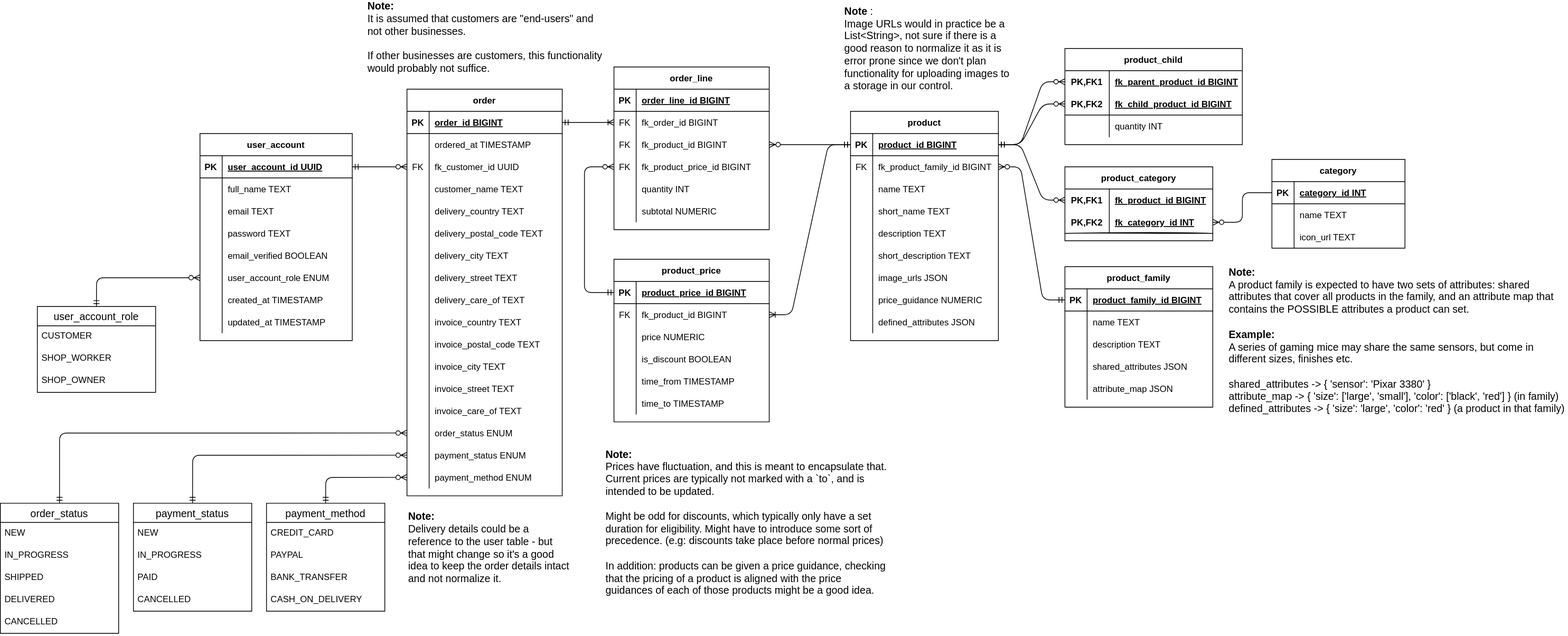
thedatasnok/webshop keeps this draw.io diagram as docs/diagrams/erdiagramv2.drawio.svg. Above is the earlier version. Source tidied: cells renumbered, new cells last; positions are measured from the earlier drawing's top-left corner, leaving out a move shared by most shapes.
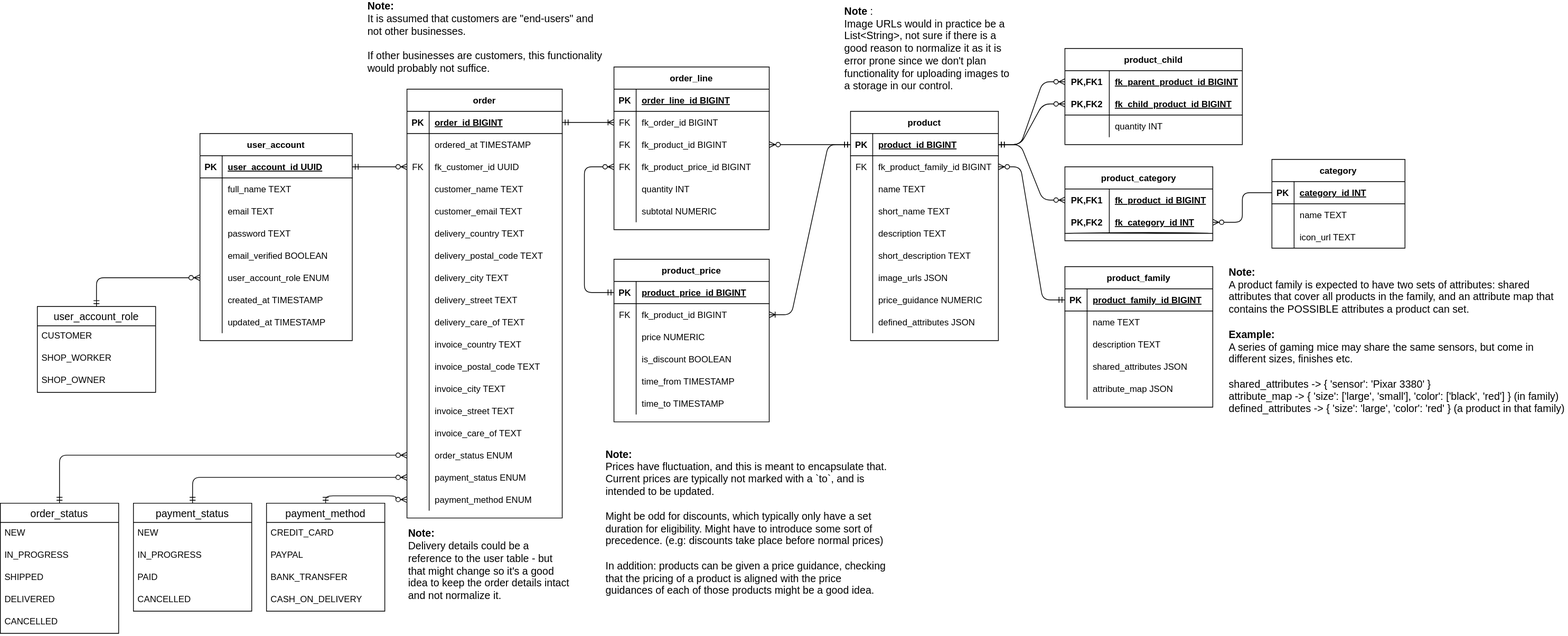
After the commit.

Commit message:
feat(backend): #111 add customer email to order

Change to the diagram source:
```diff
@@ -85,7 +85,7 @@
       </mxGeometry>
     </mxCell>
     <mxCell id="28" value="order" style="shape=table;startSize=30;rowLines=0;fontStyle=1;align=center;" parent="1" vertex="1">
-      <mxGeometry x="550" y="120" width="210" height="550" as="geometry" />
+      <mxGeometry x="550" y="120" width="210" height="580" as="geometry" />
     </mxCell>
     <mxCell id="29" style="shape=partialRectangle;fillColor=none;top=0;left=0;bottom=1;right=0;points=[[0,0.5],[1,0.5]];portConstraint=eastwest;" parent="28" vertex="1">
       <mxGeometry y="30" width="210" height="30" as="geometry" />
@@ -123,8 +123,17 @@
     <mxCell id="40" value="customer_name TEXT" style="shape=partialRectangle;fillColor=none;top=0;left=0;bottom=0;right=0;align=left;spacingLeft=6;overflow=hidden;fontSize=12;" parent="38" vertex="1">
       <mxGeometry x="30" width="180" height="30" as="geometry" />
     </mxCell>
+    <mxCell id="227" style="shape=tableRow;horizontal=0;startSize=0;swimlaneHead=0;swimlaneBody=0;fillColor=none;top=0;left=0;right=0;bottom=0;" parent="28" vertex="1">
+      <mxGeometry y="150" width="210" height="30" as="geometry" />
+    </mxCell>
+    <mxCell id="228" style="shape=partialRectangle;fillColor=none;top=0;left=0;bottom=0;right=0;overflow=hidden;" parent="227" vertex="1">
+      <mxGeometry width="30" height="30" as="geometry" />
+    </mxCell>
+    <mxCell id="229" value="customer_email TEXT" style="shape=partialRectangle;fillColor=none;top=0;left=0;bottom=0;right=0;align=left;spacingLeft=6;overflow=hidden;" parent="227" vertex="1">
+      <mxGeometry x="30" width="180" height="30" as="geometry" />
+    </mxCell>
     <mxCell id="41" style="shape=partialRectangle;fillColor=none;top=0;left=0;bottom=0;right=0;" parent="28" vertex="1">
-      <mxGeometry y="150" width="210" height="30" as="geometry" />
+      <mxGeometry y="180" width="210" height="30" as="geometry" />
     </mxCell>
     <mxCell id="42" style="shape=partialRectangle;fillColor=none;top=0;left=0;bottom=0;right=0;overflow=hidden;" parent="41" vertex="1">
       <mxGeometry width="30" height="30" as="geometry" />
@@ -133,7 +142,7 @@
       <mxGeometry x="30" width="180" height="30" as="geometry" />
     </mxCell>
     <mxCell id="44" style="shape=partialRectangle;fillColor=none;top=0;left=0;bottom=0;right=0;" parent="28" vertex="1">
-      <mxGeometry y="180" width="210" height="30" as="geometry" />
+      <mxGeometry y="210" width="210" height="30" as="geometry" />
     </mxCell>
     <mxCell id="45" style="shape=partialRectangle;fillColor=none;top=0;left=0;bottom=0;right=0;overflow=hidden;" parent="44" vertex="1">
       <mxGeometry width="30" height="30" as="geometry" />
@@ -142,7 +151,7 @@
       <mxGeometry x="30" width="180" height="30" as="geometry" />
     </mxCell>
     <mxCell id="47" style="shape=partialRectangle;fillColor=none;top=0;left=0;bottom=0;right=0;" parent="28" vertex="1">
-      <mxGeometry y="210" width="210" height="30" as="geometry" />
+      <mxGeometry y="240" width="210" height="30" as="geometry" />
     </mxCell>
     <mxCell id="48" style="shape=partialRectangle;fillColor=none;top=0;left=0;bottom=0;right=0;overflow=hidden;" parent="47" vertex="1">
       <mxGeometry width="30" height="30" as="geometry" />
@@ -151,7 +160,7 @@
       <mxGeometry x="30" width="180" height="30" as="geometry" />
     </mxCell>
     <mxCell id="50" style="shape=partialRectangle;fillColor=none;top=0;left=0;bottom=0;right=0;" parent="28" vertex="1">
-      <mxGeometry y="240" width="210" height="30" as="geometry" />
+      <mxGeometry y="270" width="210" height="30" as="geometry" />
     </mxCell>
     <mxCell id="51" style="shape=partialRectangle;fillColor=none;top=0;left=0;bottom=0;right=0;overflow=hidden;" parent="50" vertex="1">
       <mxGeometry width="30" height="30" as="geometry" />
@@ -160,7 +169,7 @@
       <mxGeometry x="30" width="180" height="30" as="geometry" />
     </mxCell>
     <mxCell id="53" style="shape=partialRectangle;fillColor=none;top=0;left=0;bottom=0;right=0;" parent="28" vertex="1">
-      <mxGeometry y="270" width="210" height="30" as="geometry" />
+      <mxGeometry y="300" width="210" height="30" as="geometry" />
     </mxCell>
     <mxCell id="54" style="shape=partialRectangle;fillColor=none;top=0;left=0;bottom=0;right=0;overflow=hidden;" parent="53" vertex="1">
       <mxGeometry width="30" height="30" as="geometry" />
@@ -169,7 +178,7 @@
       <mxGeometry x="30" width="180" height="30" as="geometry" />
     </mxCell>
     <mxCell id="56" style="shape=tableRow;horizontal=0;startSize=0;swimlaneHead=0;swimlaneBody=0;fillColor=none;top=0;left=0;right=0;bottom=0;" parent="28" vertex="1">
-      <mxGeometry y="300" width="210" height="30" as="geometry" />
+      <mxGeometry y="330" width="210" height="30" as="geometry" />
     </mxCell>
     <mxCell id="57" style="shape=partialRectangle;fillColor=none;top=0;left=0;bottom=0;right=0;overflow=hidden;" parent="56" vertex="1">
       <mxGeometry width="30" height="30" as="geometry" />
@@ -178,7 +187,7 @@
       <mxGeometry x="30" width="180" height="30" as="geometry" />
     </mxCell>
     <mxCell id="59" style="shape=tableRow;horizontal=0;startSize=0;swimlaneHead=0;swimlaneBody=0;fillColor=none;top=0;left=0;right=0;bottom=0;" parent="28" vertex="1">
-      <mxGeometry y="330" width="210" height="30" as="geometry" />
+      <mxGeometry y="360" width="210" height="30" as="geometry" />
     </mxCell>
     <mxCell id="60" style="shape=partialRectangle;fillColor=none;top=0;left=0;bottom=0;right=0;overflow=hidden;" parent="59" vertex="1">
       <mxGeometry width="30" height="30" as="geometry" />
@@ -187,7 +196,7 @@
       <mxGeometry x="30" width="180" height="30" as="geometry" />
     </mxCell>
     <mxCell id="62" style="shape=tableRow;horizontal=0;startSize=0;swimlaneHead=0;swimlaneBody=0;fillColor=none;top=0;left=0;right=0;bottom=0;" parent="28" vertex="1">
-      <mxGeometry y="360" width="210" height="30" as="geometry" />
+      <mxGeometry y="390" width="210" height="30" as="geometry" />
     </mxCell>
     <mxCell id="63" style="shape=partialRectangle;fillColor=none;top=0;left=0;bottom=0;right=0;overflow=hidden;" parent="62" vertex="1">
       <mxGeometry width="30" height="30" as="geometry" />
@@ -196,7 +205,7 @@
       <mxGeometry x="30" width="180" height="30" as="geometry" />
     </mxCell>
     <mxCell id="65" style="shape=tableRow;horizontal=0;startSize=0;swimlaneHead=0;swimlaneBody=0;fillColor=none;top=0;left=0;right=0;bottom=0;" parent="28" vertex="1">
-      <mxGeometry y="390" width="210" height="30" as="geometry" />
+      <mxGeometry y="420" width="210" height="30" as="geometry" />
     </mxCell>
     <mxCell id="66" style="shape=partialRectangle;fillColor=none;top=0;left=0;bottom=0;right=0;overflow=hidden;" parent="65" vertex="1">
       <mxGeometry width="30" height="30" as="geometry" />
@@ -205,7 +214,7 @@
       <mxGeometry x="30" width="180" height="30" as="geometry" />
     </mxCell>
     <mxCell id="68" style="shape=tableRow;horizontal=0;startSize=0;swimlaneHead=0;swimlaneBody=0;fillColor=none;top=0;left=0;right=0;bottom=0;" parent="28" vertex="1">
-      <mxGeometry y="420" width="210" height="30" as="geometry" />
+      <mxGeometry y="450" width="210" height="30" as="geometry" />
     </mxCell>
     <mxCell id="69" style="shape=partialRectangle;fillColor=none;top=0;left=0;bottom=0;right=0;overflow=hidden;" parent="68" vertex="1">
       <mxGeometry width="30" height="30" as="geometry" />
@@ -214,7 +223,7 @@
       <mxGeometry x="30" width="180" height="30" as="geometry" />
     </mxCell>
     <mxCell id="71" style="shape=tableRow;horizontal=0;startSize=0;swimlaneHead=0;swimlaneBody=0;fillColor=none;points=[[0,0.5],[1,0.5]];portConstraint=eastwest;top=0;left=0;right=0;bottom=0;" parent="28" vertex="1">
-      <mxGeometry y="450" width="210" height="30" as="geometry" />
+      <mxGeometry y="480" width="210" height="30" as="geometry" />
     </mxCell>
     <mxCell id="72" style="shape=partialRectangle;fillColor=none;top=0;left=0;bottom=0;right=0;overflow=hidden;" parent="71" vertex="1">
       <mxGeometry width="30" height="30" as="geometry" />
@@ -223,7 +232,7 @@
       <mxGeometry x="30" width="180" height="30" as="geometry" />
     </mxCell>
     <mxCell id="74" style="shape=tableRow;horizontal=0;startSize=0;swimlaneHead=0;swimlaneBody=0;fillColor=none;points=[[0,0.5],[1,0.5]];portConstraint=eastwest;top=0;left=0;right=0;bottom=0;" parent="28" vertex="1">
-      <mxGeometry y="480" width="210" height="30" as="geometry" />
+      <mxGeometry y="510" width="210" height="30" as="geometry" />
     </mxCell>
     <mxCell id="75" style="shape=partialRectangle;fillColor=none;top=0;left=0;bottom=0;right=0;overflow=hidden;" parent="74" vertex="1">
       <mxGeometry width="30" height="30" as="geometry" />
@@ -232,7 +241,7 @@
       <mxGeometry x="30" width="180" height="30" as="geometry" />
     </mxCell>
     <mxCell id="77" style="shape=tableRow;horizontal=0;startSize=0;swimlaneHead=0;swimlaneBody=0;fillColor=none;points=[[0,0.5],[1,0.5]];portConstraint=eastwest;top=0;left=0;right=0;bottom=0;" parent="28" vertex="1">
-      <mxGeometry y="510" width="210" height="30" as="geometry" />
+      <mxGeometry y="540" width="210" height="30" as="geometry" />
     </mxCell>
     <mxCell id="78" style="shape=partialRectangle;fillColor=none;top=0;left=0;bottom=0;right=0;overflow=hidden;" parent="77" vertex="1">
       <mxGeometry width="30" height="30" as="geometry" />
@@ -520,7 +529,7 @@
       <mxGeometry x="1140" width="230" height="130" as="geometry" />
     </mxCell>
     <mxCell id="173" value="&lt;div style=&quot;&quot;&gt;&lt;span style=&quot;background-color: initial;&quot;&gt;&lt;b&gt;Note:&lt;/b&gt;&lt;/span&gt;&lt;/div&gt;Delivery details could be a reference to the user table - but that might change so it's a good idea to keep the order details intact and not normalize it.&amp;nbsp;" style="text;html=1;strokeColor=none;fillColor=none;align=left;verticalAlign=middle;whiteSpace=wrap;rounded=0;fontSize=14;" parent="1" vertex="1">
-      <mxGeometry x="550" y="690" width="220" height="100" as="geometry" />
+      <mxGeometry x="550" y="712.5" width="220" height="100" as="geometry" />
     </mxCell>
     <mxCell id="174" style="edgeStyle=orthogonalEdgeStyle;fontSize=12;html=1;endArrow=ERzeroToMany;startArrow=ERmandOne;exitX=0;exitY=0.5;exitDx=0;exitDy=0;entryX=0;entryY=0.5;entryDx=0;entryDy=0;" parent="1" edge="1" source="130" target="91">
       <mxGeometry relative="1" as="geometry">
```
